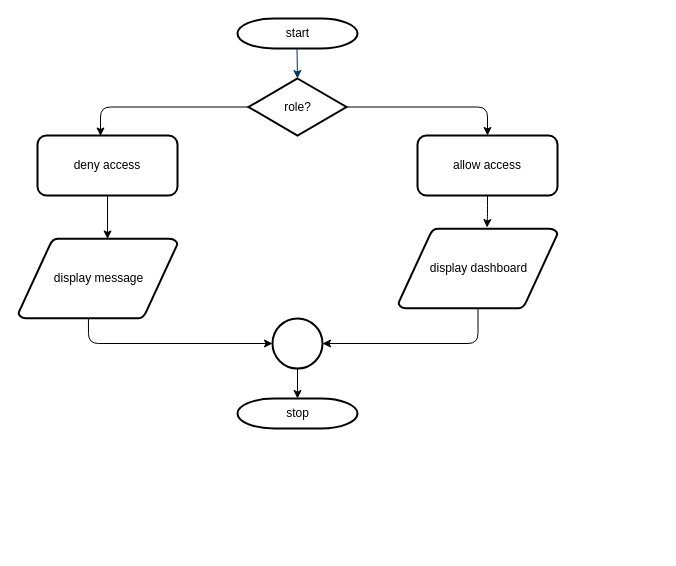
Before: Flow Chart.drawio in not-diba/inventory_managment, a draw.io diagram. Source tidied: cells renumbered, new cells numbered last; positions are measured from the earlier drawing's top-left corner, leaving out a move shared by most shapes. Both pictures are drawn from the tidied source at 100%, with x=0, y=0 at pixel (18, 18).
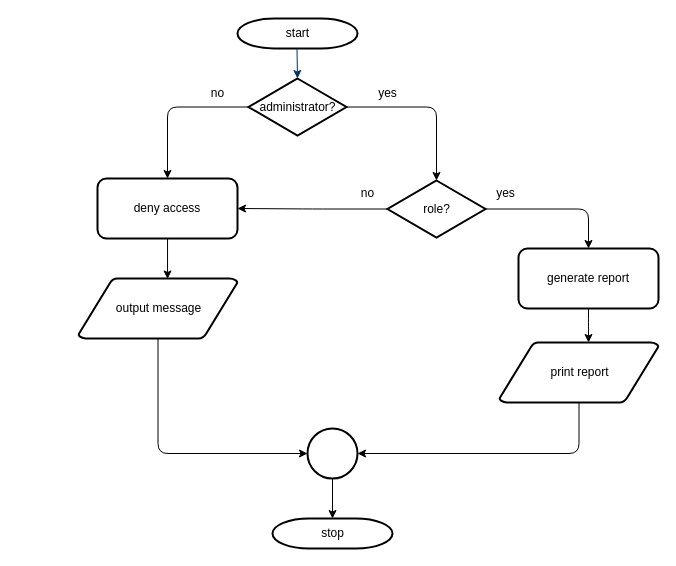
The same diagram, later.

The edit, as a diff of the source:
```diff
@@
-    <mxCell id="3" style="edgeStyle=orthogonalEdgeStyle;jettySize=auto;html=1;entryX=0.5;entryY=0;entryDx=0;entryDy=0;rounded=1;" parent="1" edge="1" source="5" target="8">
-      <mxGeometry relative="1" as="geometry" />
-    </mxCell>
-    <mxCell id="4" style="edgeStyle=orthogonalEdgeStyle;rounded=1;jettySize=auto;html=1;entryX=0.45;entryY=0.008;entryDx=0;entryDy=0;entryPerimeter=0;" parent="1" edge="1" source="5" target="12">
-      <mxGeometry relative="1" as="geometry" />
-    </mxCell>
+    <mxCell id="18" style="edgeStyle=orthogonalEdgeStyle;rounded=1;jettySize=auto;html=1;entryX=0.5;entryY=0;entryDx=0;entryDy=0;entryPerimeter=0;exitX=1;exitY=0.5;exitDx=0;exitDy=0;exitPerimeter=0;" parent="1" edge="1" source="5" target="24">
+      <mxGeometry relative="1" as="geometry" />
+    </mxCell>
+    <mxCell id="19" style="edgeStyle=orthogonalEdgeStyle;rounded=1;jettySize=auto;html=1;entryX=0.5;entryY=0;entryDx=0;entryDy=0;" parent="1" edge="1" source="5" target="27">
+      <mxGeometry relative="1" as="geometry" />
+    </mxCell>
-    <mxCell id="5" value="role?" style="shape=mxgraph.flowchart.decision;strokeWidth=2;gradientColor=none;gradientDirection=north;fontStyle=0;html=1;" parent="1" vertex="1">
+    <mxCell id="5" value="administrator?" style="shape=mxgraph.flowchart.decision;strokeWidth=2;gradientColor=none;gradientDirection=north;fontStyle=0;html=1;" parent="1" vertex="1">
       <mxGeometry x="230" y="60" width="98" height="57" as="geometry" />
     </mxCell>
@@
-    <mxCell id="7" style="edgeStyle=orthogonalEdgeStyle;rounded=1;jettySize=auto;html=1;entryX=0.557;entryY=-0.012;entryDx=0;entryDy=0;entryPerimeter=0;" parent="1" edge="1" source="8" target="10">
-      <mxGeometry relative="1" as="geometry" />
-    </mxCell>
-    <mxCell id="8" value="allow access" style="rounded=1;whiteSpace=wrap;html=1;strokeWidth=2;" parent="1" vertex="1">
-      <mxGeometry x="399" y="117" width="140" height="60" as="geometry" />
-    </mxCell>
-    <mxCell id="9" style="edgeStyle=orthogonalEdgeStyle;rounded=1;jettySize=auto;html=1;entryX=1;entryY=0.5;entryDx=0;entryDy=0;exitX=0.5;exitY=1;exitDx=0;exitDy=0;exitPerimeter=0;" parent="1" edge="1" source="10" target="16">
-      <mxGeometry relative="1" as="geometry" />
-    </mxCell>
-    <mxCell id="10" value="display dashboard" style="shape=mxgraph.flowchart.data;strokeWidth=2;gradientColor=none;gradientDirection=north;fontStyle=0;html=1;" parent="1" vertex="1">
-      <mxGeometry x="380" y="210" width="159" height="80" as="geometry" />
-    </mxCell>
-    <mxCell id="11" style="edgeStyle=orthogonalEdgeStyle;rounded=1;jettySize=auto;html=1;entryX=0.56;entryY=0.006;entryDx=0;entryDy=0;entryPerimeter=0;" parent="1" edge="1" source="12" target="14">
+    <mxCell id="11" style="edgeStyle=orthogonalEdgeStyle;rounded=1;jettySize=auto;html=1;entryX=0.56;entryY=0;entryDx=0;entryDy=0;entryPerimeter=0;" parent="1" edge="1" source="12" target="14">
       <mxGeometry relative="1" as="geometry" />
     </mxCell>
-    <mxCell id="12" value="deny access" style="rounded=1;whiteSpace=wrap;html=1;strokeWidth=2;" parent="1" vertex="1">
-      <mxGeometry x="19" y="117" width="140" height="60" as="geometry" />
+    <mxCell id="12" value="generate report" style="rounded=1;whiteSpace=wrap;html=1;strokeWidth=2;" parent="1" vertex="1">
+      <mxGeometry x="500" y="230" width="140" height="60" as="geometry" />
     </mxCell>
-    <mxCell id="13" style="edgeStyle=orthogonalEdgeStyle;rounded=1;jettySize=auto;html=1;entryX=0;entryY=0.5;entryDx=0;entryDy=0;exitX=0.44;exitY=1.006;exitDx=0;exitDy=0;exitPerimeter=0;" parent="1" edge="1" source="14" target="16">
+    <mxCell id="13" style="edgeStyle=orthogonalEdgeStyle;rounded=1;jettySize=auto;html=1;entryX=1;entryY=0.5;entryDx=0;entryDy=0;exitX=0.5;exitY=1;exitDx=0;exitDy=0;exitPerimeter=0;" parent="1" edge="1" source="14" target="16">
       <mxGeometry relative="1" as="geometry" />
     </mxCell>
-    <mxCell id="14" value="display message" style="shape=mxgraph.flowchart.data;strokeWidth=2;gradientColor=none;gradientDirection=north;fontStyle=0;html=1;" parent="1" vertex="1">
-      <mxGeometry y="220" width="159" height="80" as="geometry" />
+    <mxCell id="14" value="print report" style="shape=mxgraph.flowchart.data;strokeWidth=2;gradientColor=none;gradientDirection=north;fontStyle=0;html=1;" parent="1" vertex="1">
+      <mxGeometry x="481" y="324" width="159" height="60" as="geometry" />
     </mxCell>
@@
     <mxCell id="16" style="ellipse;whiteSpace=wrap;html=1;strokeWidth=2;" parent="1" vertex="1">
-      <mxGeometry x="254" y="300" width="50" height="50" as="geometry" />
+      <mxGeometry x="289" y="410" width="50" height="50" as="geometry" />
     </mxCell>
     <mxCell id="17" value="stop" style="shape=mxgraph.flowchart.terminator;strokeWidth=2;gradientColor=none;gradientDirection=north;fontStyle=0;html=1;" parent="1" vertex="1">
-      <mxGeometry x="219" y="380" width="120" height="30" as="geometry" />
+      <mxGeometry x="254" y="500" width="120" height="30" as="geometry" />
     </mxCell>
+    <mxCell id="20" value="yes" style="text;html=1;align=center;verticalAlign=middle;strokeColor=none;fillColor=none;" parent="1" vertex="1">
+      <mxGeometry x="349" y="60" width="40" height="30" as="geometry" />
+    </mxCell>
+    <mxCell id="21" value="no" style="text;html=1;align=center;verticalAlign=middle;strokeColor=none;fillColor=none;" parent="1" vertex="1">
+      <mxGeometry x="179" y="60" width="40" height="30" as="geometry" />
+    </mxCell>
+    <mxCell id="22" style="edgeStyle=orthogonalEdgeStyle;rounded=1;jettySize=auto;html=1;exitX=1;exitY=0.5;exitDx=0;exitDy=0;exitPerimeter=0;entryX=0.5;entryY=0;entryDx=0;entryDy=0;" parent="1" edge="1" source="24" target="12">
+      <mxGeometry relative="1" as="geometry" />
+    </mxCell>
+    <mxCell id="23" style="edgeStyle=orthogonalEdgeStyle;rounded=1;jettySize=auto;html=1;entryX=1;entryY=0.5;entryDx=0;entryDy=0;" parent="1" edge="1" source="24" target="27">
+      <mxGeometry relative="1" as="geometry" />
+    </mxCell>
+    <mxCell id="24" value="role?" style="shape=mxgraph.flowchart.decision;strokeWidth=2;gradientColor=none;gradientDirection=north;fontStyle=0;html=1;" parent="1" vertex="1">
+      <mxGeometry x="369" y="162" width="98" height="57" as="geometry" />
+    </mxCell>
+    <mxCell id="25" value="yes" style="text;html=1;align=center;verticalAlign=middle;strokeColor=none;fillColor=none;" parent="1" vertex="1">
+      <mxGeometry x="467" y="160" width="40" height="30" as="geometry" />
+    </mxCell>
+    <mxCell id="26" style="edgeStyle=orthogonalEdgeStyle;rounded=1;jettySize=auto;html=1;entryX=0.56;entryY=0.008;entryDx=0;entryDy=0;entryPerimeter=0;" parent="1" edge="1" source="27" target="29">
+      <mxGeometry relative="1" as="geometry" />
+    </mxCell>
+    <mxCell id="27" value="deny access" style="rounded=1;whiteSpace=wrap;html=1;strokeWidth=2;" parent="1" vertex="1">
+      <mxGeometry x="79" y="160" width="140" height="60" as="geometry" />
+    </mxCell>
+    <mxCell id="28" style="edgeStyle=orthogonalEdgeStyle;rounded=1;jettySize=auto;html=1;entryX=0;entryY=0.5;entryDx=0;entryDy=0;exitX=0.5;exitY=1;exitDx=0;exitDy=0;exitPerimeter=0;" parent="1" edge="1" source="29" target="16">
+      <mxGeometry relative="1" as="geometry" />
+    </mxCell>
+    <mxCell id="29" value="output message" style="shape=mxgraph.flowchart.data;strokeWidth=2;gradientColor=none;gradientDirection=north;fontStyle=0;html=1;" parent="1" vertex="1">
+      <mxGeometry x="60" y="260" width="159" height="60" as="geometry" />
+    </mxCell>
+    <mxCell id="30" value="no" style="text;html=1;align=center;verticalAlign=middle;strokeColor=none;fillColor=none;" parent="1" vertex="1">
+      <mxGeometry x="329" y="160" width="40" height="30" as="geometry" />
+    </mxCell>
```
